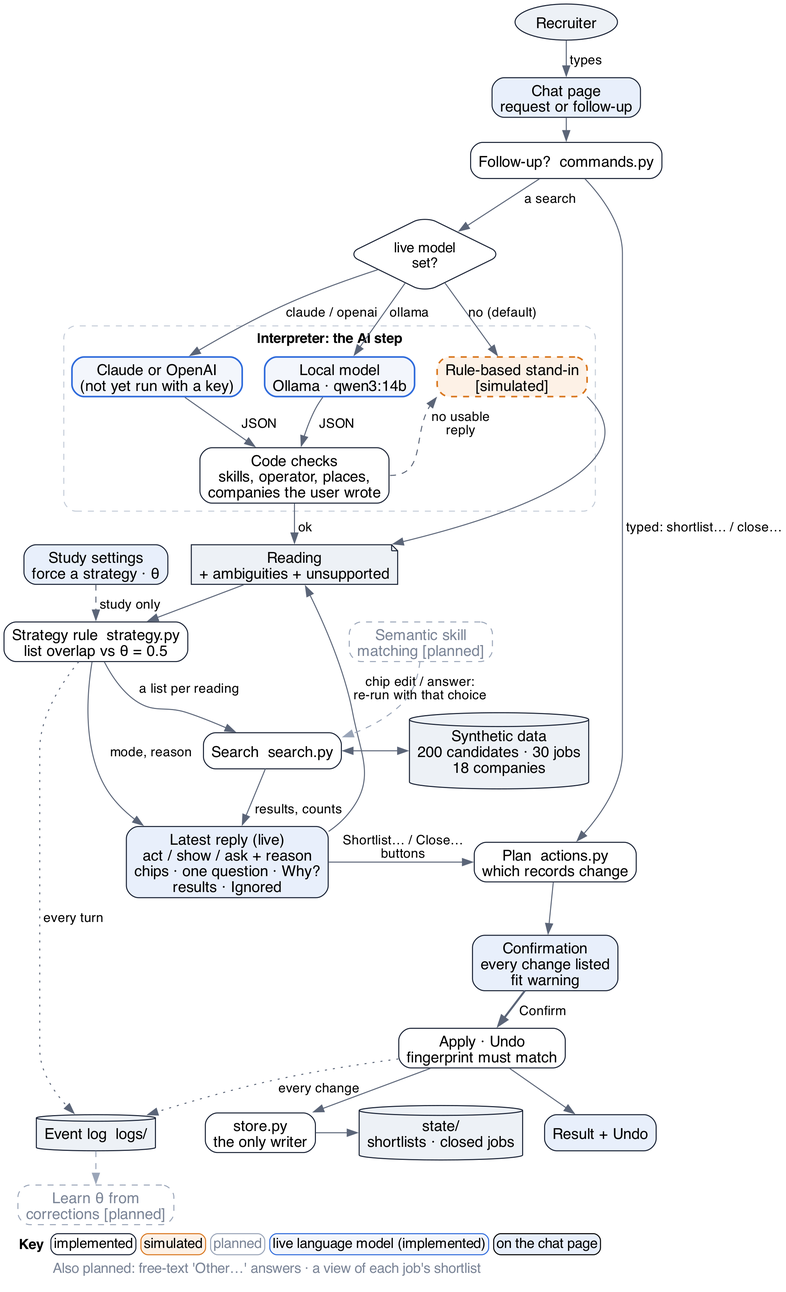
Earlier version of the Graphviz export docs/system.png (ar-pavel/ambiguity-aware-ai-search). Its source is kept beside it as docs/system.dot.
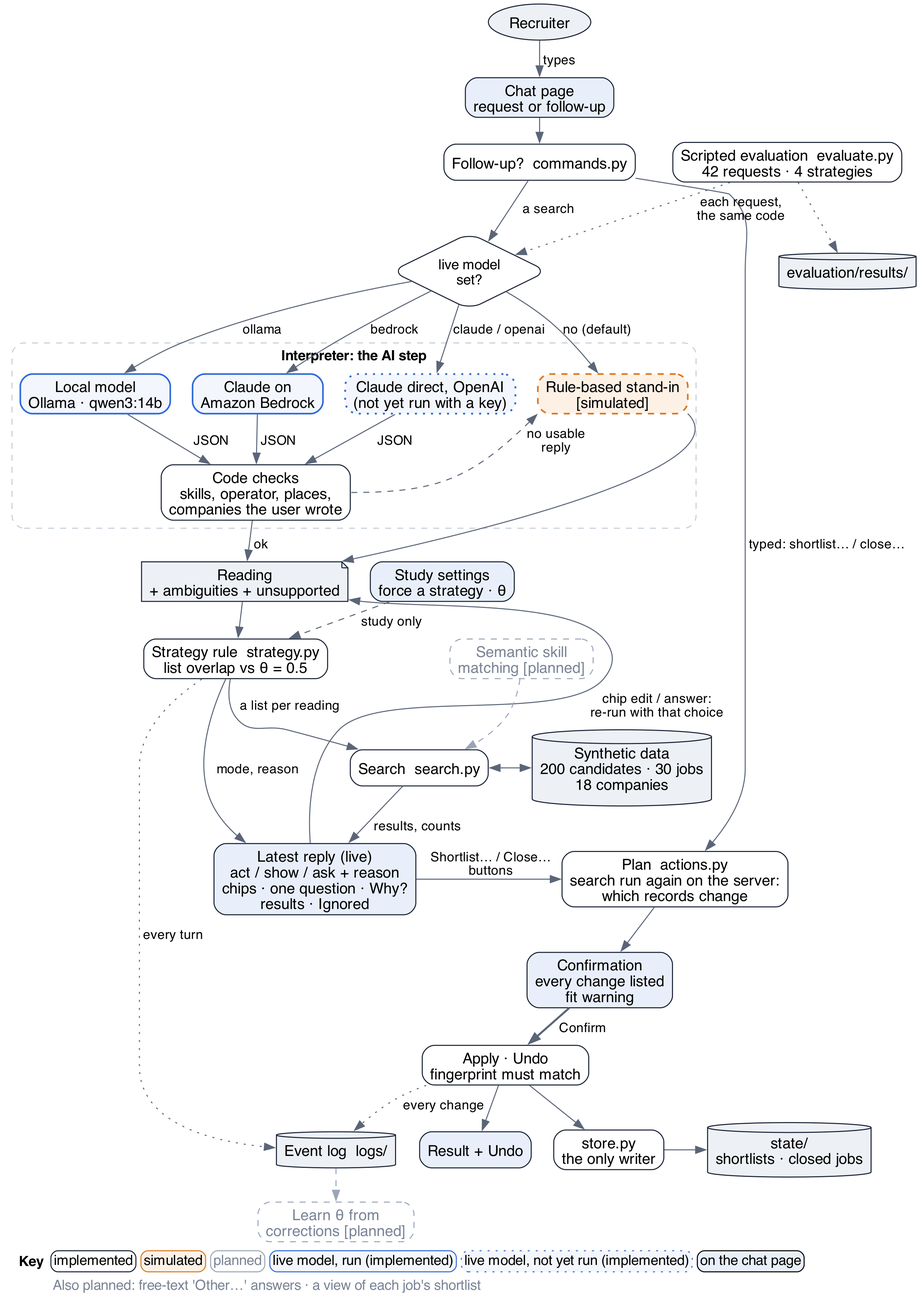
The same diagram one commit later.

The edit, as a diff of the source:
```diff
@@ -13,7 +13,8 @@
     label="Interpreter: the AI step"; labelloc=t; fontname="Helvetica-Bold"; fontsize=14;
     color="#c4ccd8"; style="rounded,dashed";
     ollama [label="Local model\nOllama · qwen3:14b", fillcolor="#f3f6fc", color="#2f6bdb", penwidth=1.6];
-    cloud [label="Claude or OpenAI\n(not yet run with a key)", fillcolor="#f3f6fc", color="#2f6bdb", penwidth=1.6];
+    bedrock [label="Claude on\nAmazon Bedrock", fillcolor="#f3f6fc", color="#2f6bdb", penwidth=1.6];
+    cloud [label="Claude direct, OpenAI\n(not yet run with a key)", style="rounded,filled,dotted", fillcolor="#f3f6fc", color="#2f6bdb", penwidth=1.8];
     rules [label="Rule-based stand-in\n[simulated]", style="rounded,filled,dashed", fillcolor="#fdf1e6", color="#d9771f", penwidth=1.6];
     checks [label="Code checks\nskills, operator, places,\ncompanies the user wrote"];
   }
@@ -23,7 +24,7 @@
   search [label="Search  search.py"];
   reply [label="Latest reply (live)\nact / show / ask + reason\nchips · one question · Why?\nresults · Ignored", fillcolor="#e8effb"];
 
-  plan [label="Plan  actions.py\nwhich records change"];
+  plan [label="Plan  actions.py\nsearch run again on the server:\nwhich records change"];
   confirm [label="Confirmation\nevery change listed\nfit warning", fillcolor="#e8effb"];
   apply [label="Apply · Undo\nfingerprint must match"];
   store [label="store.py\nthe only writer"];
@@ -32,12 +33,15 @@
   data [label="Synthetic data\n200 candidates · 30 jobs\n18 companies", shape=cylinder, fillcolor="#edf1f6"];
   state [label="state/\nshortlists · closed jobs", shape=cylinder, fillcolor="#edf1f6"];
   log [label="Event log  logs/", shape=cylinder, fillcolor="#edf1f6"];
+  evaluate [label="Scripted evaluation  evaluate.py\n42 requests · 4 strategies"];
+  evalres [label="evaluation/results/", shape=cylinder, fillcolor="#edf1f6"];
 
   learn [label="Learn θ from\ncorrections [planned]", style="rounded,dashed", color="#9aa5b8", fontcolor="#7b8597"];
   semantic [label="Semantic skill\nmatching [planned]", style="rounded,dashed", color="#9aa5b8", fontcolor="#7b8597"];
 
   {rank=same; reading; settings}
-  {rank=same; ollama; cloud; rules}
+  {rank=same; bedrock; ollama; cloud; rules}
+  {rank=same; cmd; evaluate}
   {rank=same; search; data}
   {rank=same; reply; plan}
   {rank=same; store; state}
@@ -46,9 +50,11 @@
   request -> cmd;
   cmd -> route [label=" a search"];
   route -> ollama [label="ollama"];
+  route -> bedrock [label="bedrock"];
   route -> cloud [label="claude / openai"];
   route -> rules [label="no (default)"];
   ollama -> checks [label=" JSON"];
+  bedrock -> checks [label=" JSON"];
   cloud -> checks [label=" JSON"];
   checks:e -> rules:sw [label=" no usable\n reply", style=dashed, constraint=false];
   checks -> reading [label=" ok"];
@@ -70,6 +76,8 @@
   store -> state;
   apply -> result;
 
+  evaluate -> route [style=dotted, label=" each request,\n the same code"];
+  evaluate -> evalres [style=dotted];
   rule -> log [style=dotted, label=" every turn"];
   apply -> log [style=dotted, label=" every change"];
   log -> learn [style=dashed, color="#9aa5b8"];
@@ -80,8 +88,9 @@
         <td border="1" style="rounded" color="#172033">implemented</td>
         <td border="1" style="rounded" color="#d9771f" bgcolor="#fdf1e6">simulated</td>
         <td border="1" style="rounded" color="#9aa5b8"><font color="#7b8597">planned</font></td>
-        <td border="1" style="rounded" color="#2f6bdb" bgcolor="#f3f6fc">live language model (implemented)</td>
+        <td border="1" style="rounded" color="#2f6bdb" bgcolor="#f3f6fc">live model, run (implemented)</td>
+        <td border="1" style="rounded,dotted" color="#2f6bdb" bgcolor="#f3f6fc">live model, not yet run (implemented)</td>
         <td border="1" style="rounded" bgcolor="#e8effb">on the chat page</td></tr>
-    <tr><td></td><td colspan="5" align="left"><font color="#7b8597">Also planned: free-text 'Other…' answers · a view of each job's shortlist</font></td></tr>
+    <tr><td></td><td colspan="6" align="left"><font color="#7b8597">Also planned: free-text 'Other…' answers · a view of each job's shortlist</font></td></tr>
   </table>>;
 }
```
